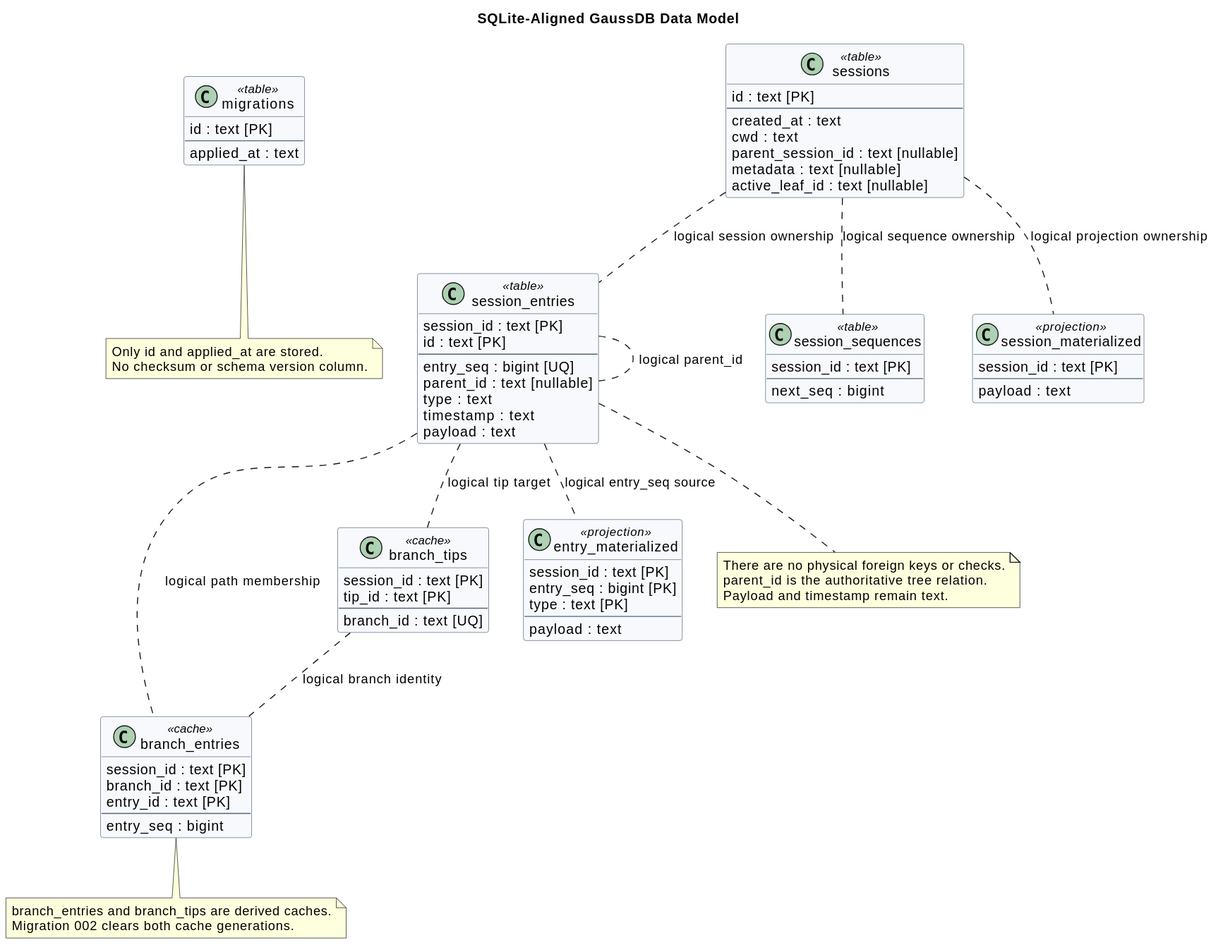
Above: diagrams/memory/memory-data-model.svg in superheromeZzh/pi-mono-java-design (PlantUML), before the change.
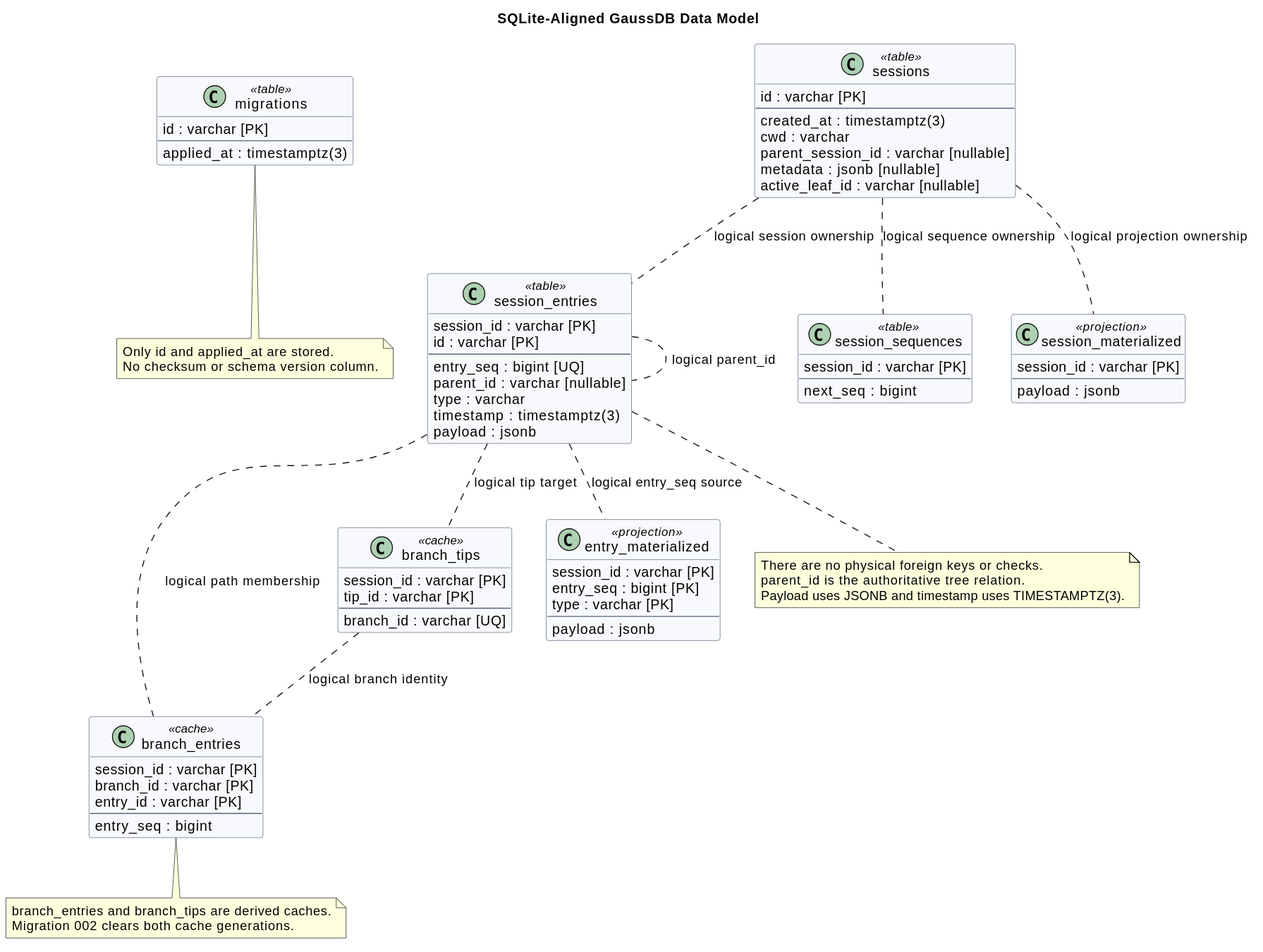
The same file after the commit.

Commit message:
docs(memory): use native GaussDB column types

Diff of the diagram source:
```diff
@@ -10,65 +10,65 @@
 
 
 class "migrations" as migrations <<table>> {
-  id : text [PK]
+  id : varchar [PK]
   --
-  applied_at : text
+  applied_at : timestamptz(3)
 }
 
 class "sessions" as sessions <<table>> {
-  id : text [PK]
+  id : varchar [PK]
   --
-  created_at : text
-  cwd : text
-  parent_session_id : text [nullable]
-  metadata : text [nullable]
-  active_leaf_id : text [nullable]
+  created_at : timestamptz(3)
+  cwd : varchar
+  parent_session_id : varchar [nullable]
+  metadata : jsonb [nullable]
+  active_leaf_id : varchar [nullable]
 }
 
 class "session_entries" as session_entries <<table>> {
-  session_id : text [PK]
-  id : text [PK]
+  session_id : varchar [PK]
+  id : varchar [PK]
   --
   entry_seq : bigint [UQ]
-  parent_id : text [nullable]
-  type : text
-  timestamp : text
-  payload : text
+  parent_id : varchar [nullable]
+  type : varchar
+  timestamp : timestamptz(3)
+  payload : jsonb
 }
 
 class "session_sequences" as session_sequences <<table>> {
-  session_id : text [PK]
+  session_id : varchar [PK]
   --
   next_seq : bigint
 }
 
 class "branch_entries" as branch_entries <<cache>> {
-  session_id : text [PK]
-  branch_id : text [PK]
-  entry_id : text [PK]
+  session_id : varchar [PK]
+  branch_id : varchar [PK]
+  entry_id : varchar [PK]
   --
   entry_seq : bigint
 }
 
 class "branch_tips" as branch_tips <<cache>> {
-  session_id : text [PK]
-  tip_id : text [PK]
+  session_id : varchar [PK]
+  tip_id : varchar [PK]
   --
-  branch_id : text [UQ]
+  branch_id : varchar [UQ]
 }
 
 class "session_materialized" as session_materialized <<projection>> {
-  session_id : text [PK]
+  session_id : varchar [PK]
   --
-  payload : text
+  payload : jsonb
 }
 
 class "entry_materialized" as entry_materialized <<projection>> {
-  session_id : text [PK]
+  session_id : varchar [PK]
   entry_seq : bigint [PK]
-  type : text [PK]
+  type : varchar [PK]
   --
-  payload : text
+  payload : jsonb
 }
 
 sessions .. session_entries : logical session ownership
@@ -83,7 +83,7 @@
 note bottom of session_entries
 There are no physical foreign keys or checks.
 parent_id is the authoritative tree relation.
-Payload and timestamp remain text.
+Payload uses JSONB and timestamp uses TIMESTAMPTZ(3).
 end note
 
 note bottom of branch_entries
```
